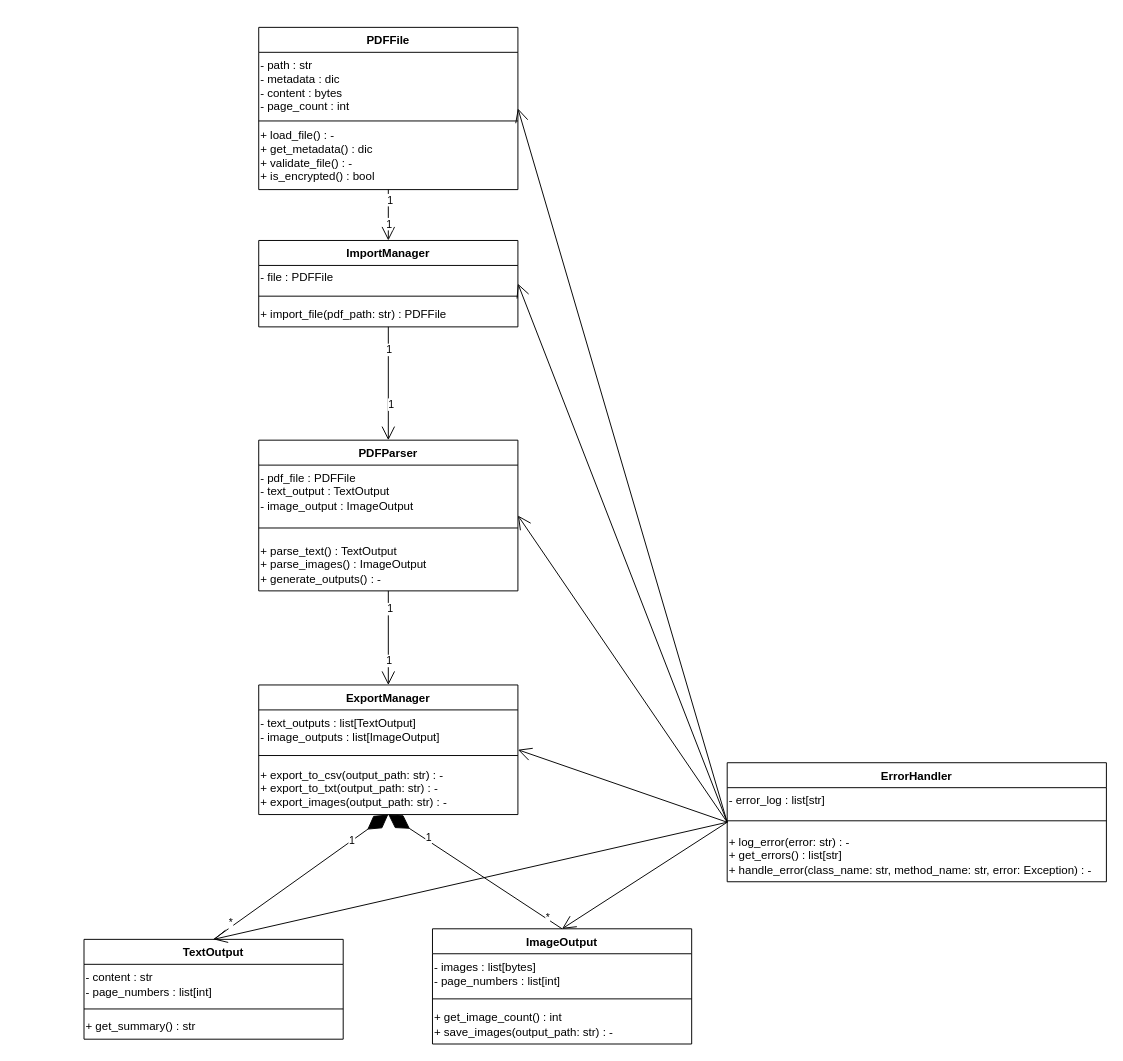
The draw.io diagram PDFParserXML.drawio in NotCrymy/PDFParser, before the edit. Source tidied: cells renumbered, new cells numbered last; positions are measured from the earlier drawing's top-left corner, leaving out a move shared by most shapes. Both pictures are drawn from the tidied source at 96%, with x=0, y=0 at pixel (84, 27).
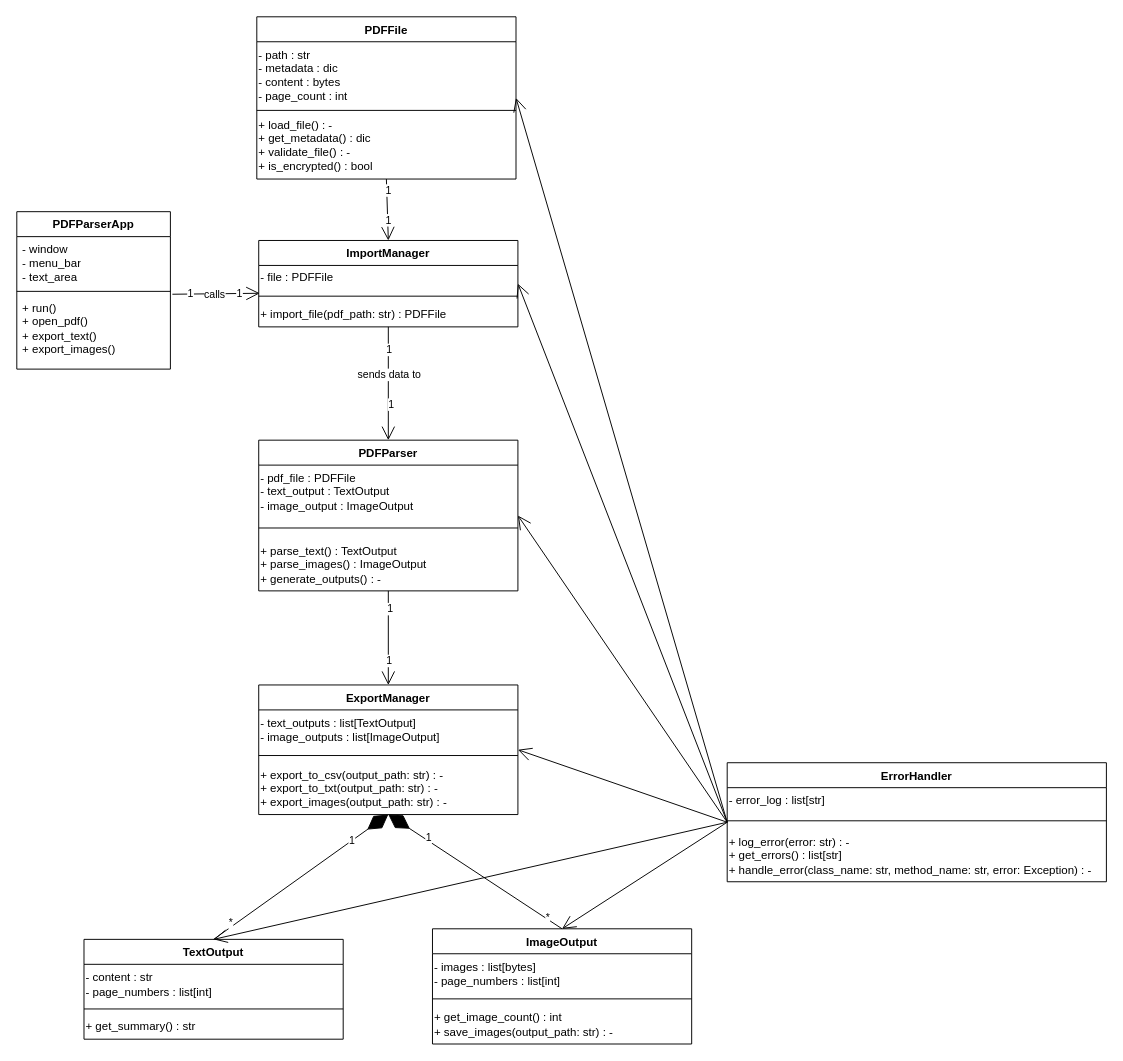
The same page after the edit.

Commit message (it also covers changes not shown here):
Added the GUI interface : src/gui/pdf_parser_app, alors removed the CSV export option for now, main is now calling the run() fonction of the app but can still be used in command line

The change refers to these unchanged cells:
```xml
<mxCell id="24" style="line;strokeWidth=1;fillColor=none;align=left;verticalAlign=middle;spacingTop=-1;spacingLeft=3;spacingRight=3;labelPosition=right;points=[];portConstraint=eastwest;strokeColor=inherit;" parent="22" vertex="1">
  <mxGeometry y="52" width="270" height="12" as="geometry" />
</mxCell>
<mxCell id="33" style="endArrow=open;endFill=1;endSize=12;html=1;rounded=0;entryX=0.5;entryY=0;entryDx=0;entryDy=0;exitX=0.5;exitY=1;exitDx=0;exitDy=0;" parent="1" edge="1" source="22" target="2">
  <mxGeometry relative="1" as="geometry" />
</mxCell>
```

Change to the diagram source:
```diff
@@
     <mxCell id="6" value="PDFFile" style="swimlane;fontStyle=1;align=center;verticalAlign=top;horizontal=1;startSize=26;whiteSpace=wrap;html=1;" parent="1" vertex="1">
-      <mxGeometry x="182" width="270" height="169" as="geometry" />
+      <mxGeometry x="180" y="-11" width="270" height="169" as="geometry" />
     </mxCell>
@@
+    <mxCell id="51" value="sends data to" style="edgeLabel;html=1;align=center;verticalAlign=middle;" parent="33" vertex="1">
+      <mxGeometry x="-0.17" relative="1" as="geometry" />
+    </mxCell>
@@
+    <mxCell id="52" value="PDFParserApp    " style="swimlane;fontStyle=1;align=center;verticalAlign=top;horizontal=1;startSize=26;whiteSpace=wrap;html=1;" parent="1" vertex="1">
+      <mxGeometry x="-70" y="192" width="160" height="164" as="geometry" />
+    </mxCell>
+    <mxCell id="53" value="- window&lt;div&gt;- menu_bar&lt;/div&gt;&lt;div&gt;- text_area&lt;/div&gt;" style="text;strokeColor=none;fillColor=none;align=left;verticalAlign=top;spacingLeft=4;spacingRight=4;overflow=hidden;whiteSpace=wrap;html=1;" parent="52" vertex="1">
+      <mxGeometry y="26" width="160" height="53" as="geometry" />
+    </mxCell>
+    <mxCell id="54" style="line;strokeWidth=1;fillColor=none;align=left;verticalAlign=middle;spacingTop=-1;spacingLeft=3;spacingRight=3;labelPosition=right;strokeColor=inherit;" parent="52" vertex="1">
+      <mxGeometry y="79" width="160" height="8" as="geometry" />
+    </mxCell>
+    <mxCell id="55" value="+ run()&amp;nbsp;&lt;div&gt;+ open_pdf()&lt;/div&gt;&lt;div&gt;+ export_text()&lt;/div&gt;&lt;div&gt;+ export_images()&lt;/div&gt;" style="text;strokeColor=none;fillColor=none;align=left;verticalAlign=top;spacingLeft=4;spacingRight=4;overflow=hidden;points=[[0,0.5],[1,0.5]];portConstraint=eastwest;whiteSpace=wrap;html=1;" parent="52" vertex="1">
+      <mxGeometry y="87" width="160" height="77" as="geometry" />
+    </mxCell>
+    <mxCell id="56" style="endArrow=open;endFill=1;endSize=12;html=1;rounded=0;entryX=0.004;entryY=0.25;entryDx=0;entryDy=0;entryPerimeter=0;exitX=1.013;exitY=-0.013;exitDx=0;exitDy=0;exitPerimeter=0;" parent="1" edge="1" source="55" target="24">
+      <mxGeometry relative="1" as="geometry" />
+    </mxCell>
+    <mxCell id="57" value="1" style="edgeLabel;html=1;align=center;verticalAlign=middle;" parent="56" vertex="1">
+      <mxGeometry x="-0.61" y="1" relative="1" as="geometry" />
+    </mxCell>
+    <mxCell id="58" value="1" style="edgeLabel;html=1;align=center;verticalAlign=middle;" parent="56" vertex="1">
+      <mxGeometry x="0.33" relative="1" as="geometry">
+        <mxPoint x="8" y="-1" as="offset" />
+      </mxGeometry>
+    </mxCell>
+    <mxCell id="59" value="calls" style="edgeLabel;html=1;align=center;verticalAlign=middle;" parent="56" vertex="1">
+      <mxGeometry x="-0.06" relative="1" as="geometry" />
+    </mxCell>
```
